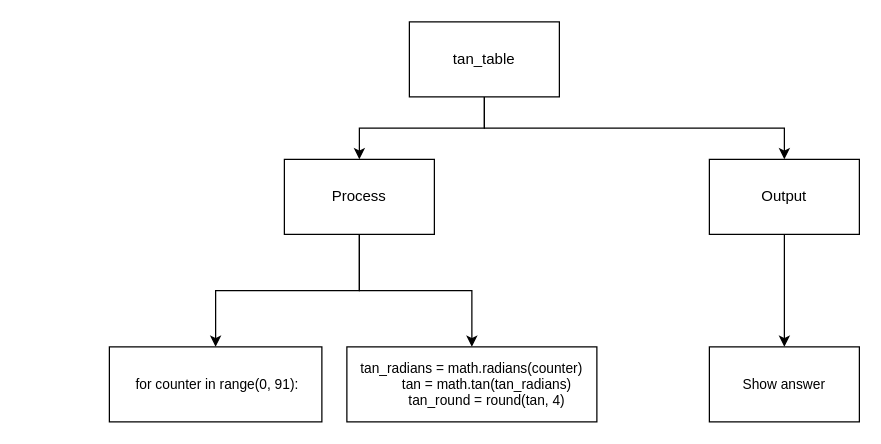
Before: design.drawio in Aleksandr-Ten/-ICS3U-Assignment-6-Python, a draw.io diagram. Source tidied: cells renumbered, new cells numbered last; positions are measured from the earlier drawing's top-left corner, leaving out a move shared by most shapes. Both pictures are drawn from the tidied source at 125%, with x=0, y=0 at pixel (109, 21).
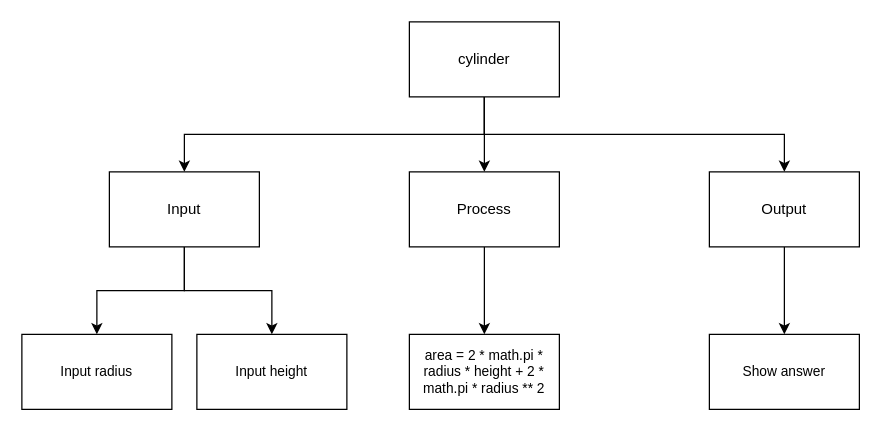
Above is the later version.

The edit, as a diff of the source:
```diff
@@
 <mxGraphModel>
   <root>
     <mxCell id="0" />
     <mxCell id="1" parent="0" />
     <mxCell id="2" style="edgeStyle=orthogonalEdgeStyle;html=1;exitX=0.5;exitY=1;exitDx=0;exitDy=0;entryX=0.5;entryY=0;entryDx=0;entryDy=0;rounded=0;" parent="1" edge="1" source="4" target="7">
       <mxGeometry relative="1" as="geometry" />
     </mxCell>
     <mxCell id="3" style="edgeStyle=orthogonalEdgeStyle;shape=connector;rounded=0;html=1;labelBackgroundColor=default;fontFamily=Helvetica;fontSize=11;fontColor=default;endArrow=classic;strokeColor=default;exitX=0.5;exitY=1;exitDx=0;exitDy=0;" parent="1" edge="1" source="4" target="9">
       <mxGeometry relative="1" as="geometry" />
     </mxCell>
+    <mxCell id="13" style="edgeStyle=orthogonalEdgeStyle;html=1;exitX=0.5;exitY=1;exitDx=0;exitDy=0;entryX=0.5;entryY=0;entryDx=0;entryDy=0;rounded=0;" parent="1" edge="1" source="4" target="16">
+      <mxGeometry relative="1" as="geometry" />
+    </mxCell>
-    <mxCell id="4" value="tan_table" style="rounded=0;whiteSpace=wrap;html=1;" parent="1" vertex="1">
+    <mxCell id="4" value="cylinder" style="rounded=0;whiteSpace=wrap;html=1;" parent="1" vertex="1">
       <mxGeometry x="240" width="120" height="60" as="geometry" />
     </mxCell>
     <mxCell id="5" style="edgeStyle=orthogonalEdgeStyle;shape=connector;rounded=0;html=1;exitX=0.5;exitY=1;exitDx=0;exitDy=0;labelBackgroundColor=default;fontFamily=Helvetica;fontSize=11;fontColor=default;endArrow=classic;strokeColor=default;" parent="1" edge="1" source="7" target="10">
       <mxGeometry relative="1" as="geometry" />
     </mxCell>
-    <mxCell id="6" style="edgeStyle=orthogonalEdgeStyle;shape=connector;rounded=0;html=1;labelBackgroundColor=default;fontFamily=Helvetica;fontSize=11;fontColor=default;endArrow=classic;strokeColor=default;" parent="1" edge="1" source="7" target="12">
-      <mxGeometry relative="1" as="geometry" />
-    </mxCell>
     <mxCell id="7" value="Process" style="rounded=0;whiteSpace=wrap;html=1;" parent="1" vertex="1">
-      <mxGeometry x="140" y="110" width="120" height="60" as="geometry" />
+      <mxGeometry x="240" y="120" width="120" height="60" as="geometry" />
     </mxCell>
     <mxCell id="8" style="edgeStyle=orthogonalEdgeStyle;shape=connector;rounded=0;html=1;labelBackgroundColor=default;fontFamily=Helvetica;fontSize=11;fontColor=default;endArrow=classic;strokeColor=default;" parent="1" edge="1" source="9" target="11">
       <mxGeometry relative="1" as="geometry" />
     </mxCell>
     <mxCell id="9" value="Output" style="rounded=0;whiteSpace=wrap;html=1;" parent="1" vertex="1">
-      <mxGeometry x="480" y="110" width="120" height="60" as="geometry" />
+      <mxGeometry x="480" y="120" width="120" height="60" as="geometry" />
     </mxCell>
-    <mxCell id="10" value="&amp;nbsp;for counter in range(0, 91):" style="rounded=0;whiteSpace=wrap;html=1;fontFamily=Helvetica;fontSize=11;fontColor=default;" parent="1" vertex="1">
-      <mxGeometry y="260" width="170" height="60" as="geometry" />
+    <mxCell id="10" value="area = 2 * math.pi * radius * height + 2 * math.pi * radius ** 2" style="rounded=0;whiteSpace=wrap;html=1;fontFamily=Helvetica;fontSize=11;fontColor=default;" parent="1" vertex="1">
+      <mxGeometry x="240" y="250" width="120" height="60" as="geometry" />
     </mxCell>
     <mxCell id="11" value="Show answer" style="rounded=0;whiteSpace=wrap;html=1;fontFamily=Helvetica;fontSize=11;fontColor=default;" parent="1" vertex="1">
-      <mxGeometry x="480" y="260" width="120" height="60" as="geometry" />
+      <mxGeometry x="480" y="250" width="120" height="60" as="geometry" />
     </mxCell>
-    <mxCell id="12" value="&lt;div&gt;tan_radians = math.radians(counter)&lt;/div&gt;&lt;div&gt;&amp;nbsp; &amp;nbsp; &amp;nbsp; &amp;nbsp; tan = math.tan(tan_radians)&lt;/div&gt;&lt;div&gt;&amp;nbsp; &amp;nbsp; &amp;nbsp; &amp;nbsp; tan_round = round(tan, 4)&lt;/div&gt;" style="rounded=0;whiteSpace=wrap;html=1;fontFamily=Helvetica;fontSize=11;fontColor=default;" parent="1" vertex="1">
-      <mxGeometry x="190" y="260" width="200" height="60" as="geometry" />
-    </mxCell>
+    <mxCell id="14" style="edgeStyle=orthogonalEdgeStyle;shape=connector;rounded=0;html=1;exitX=0.5;exitY=1;exitDx=0;exitDy=0;labelBackgroundColor=default;fontFamily=Helvetica;fontSize=11;fontColor=default;endArrow=classic;strokeColor=default;" parent="1" edge="1" source="16" target="17">
+      <mxGeometry relative="1" as="geometry" />
+    </mxCell>
+    <mxCell id="15" style="edgeStyle=orthogonalEdgeStyle;shape=connector;rounded=0;html=1;exitX=0.5;exitY=1;exitDx=0;exitDy=0;labelBackgroundColor=default;fontFamily=Helvetica;fontSize=11;fontColor=default;endArrow=classic;strokeColor=default;" parent="1" edge="1" source="16" target="18">
+      <mxGeometry relative="1" as="geometry" />
+    </mxCell>
+    <mxCell id="16" value="Input" style="rounded=0;whiteSpace=wrap;html=1;" parent="1" vertex="1">
+      <mxGeometry y="120" width="120" height="60" as="geometry" />
+    </mxCell>
+    <mxCell id="17" value="Input radius" style="rounded=0;whiteSpace=wrap;html=1;fontFamily=Helvetica;fontSize=11;fontColor=default;" parent="1" vertex="1">
+      <mxGeometry x="-70" y="250" width="120" height="60" as="geometry" />
+    </mxCell>
+    <mxCell id="18" value="Input height" style="rounded=0;whiteSpace=wrap;html=1;fontFamily=Helvetica;fontSize=11;fontColor=default;" parent="1" vertex="1">
+      <mxGeometry x="70" y="250" width="120" height="60" as="geometry" />
+    </mxCell>
   </root>
 </mxGraphModel>
```
